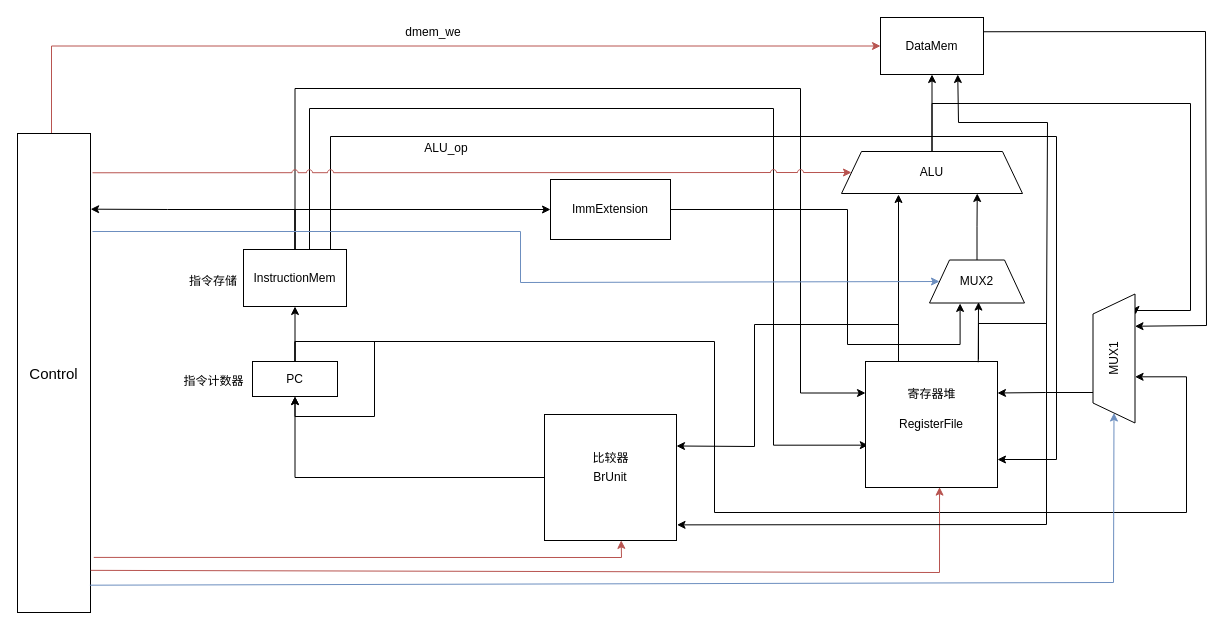
Above: CPU.drawio in ZYNsama666/BackUp (draw.io), before the change. Source tidied: cells renumbered, new cells numbered last; positions are measured from the earlier drawing's top-left corner, leaving out a move shared by most shapes. Both pictures are drawn from the tidied source at 100%, with x=0, y=0 at pixel (17, 17).
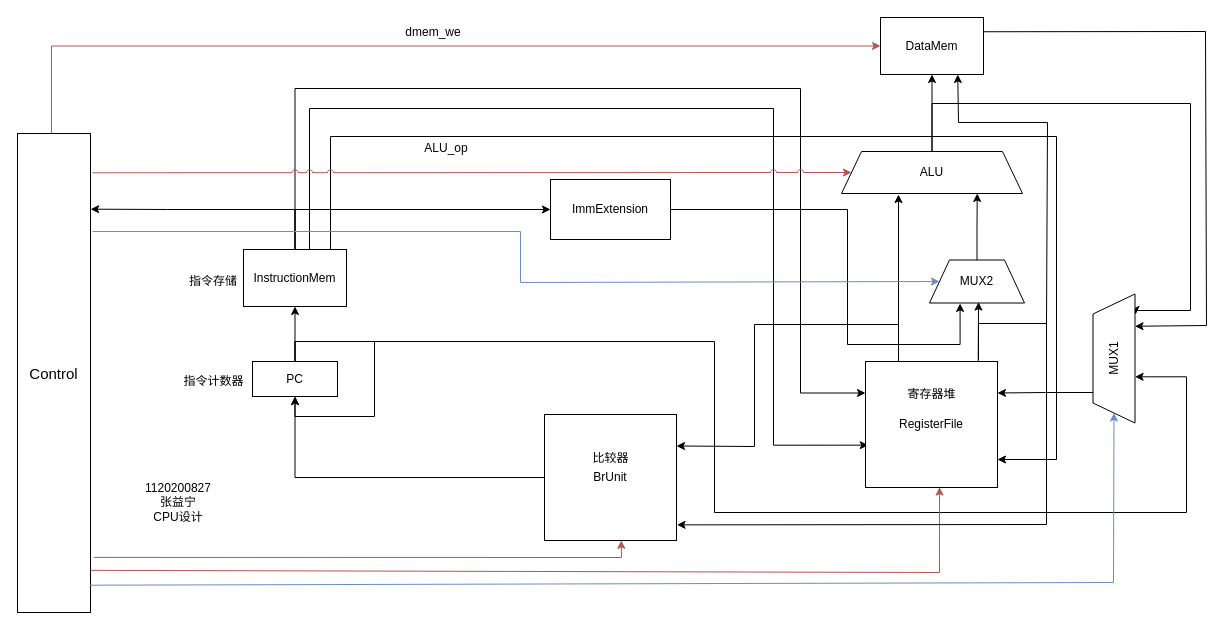
The same diagram, later.

What changed in the source:
```diff
@@
+    <mxCell id="44" value="1120200827&lt;br&gt;张益宁&lt;br&gt;CPU设计" style="text;html=1;strokeColor=none;fillColor=none;align=center;verticalAlign=middle;whiteSpace=wrap;rounded=0;" parent="1" vertex="1">
+      <mxGeometry x="113" y="470" width="96" height="30" as="geometry" />
+    </mxCell>
```
